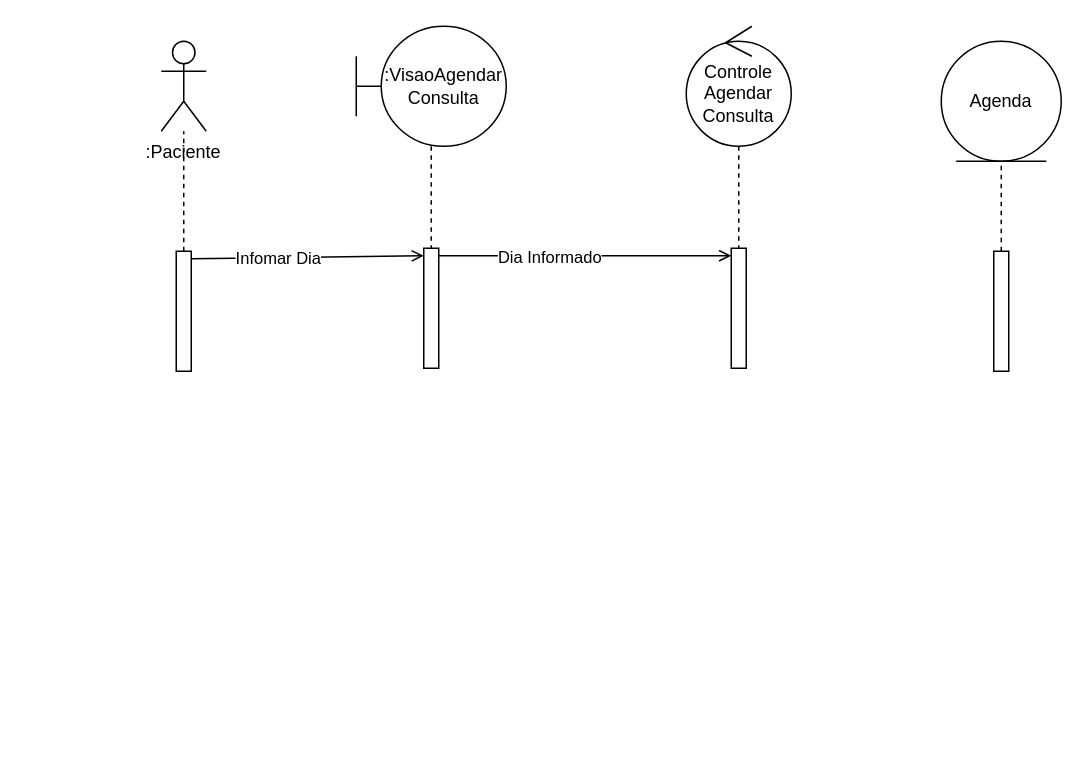
This is Diagrama_de_sequencia_2.drawio from ProjetoDelimeterSite/DelimeterDocumantacao, a draw.io file, before an edit. Source tidied: cells renumbered, new cells numbered last; positions are measured from the earlier drawing's top-left corner, leaving out a move shared by most shapes. Both pictures are drawn from the tidied source at 150%, with x=0, y=0 at pixel (160, 26).
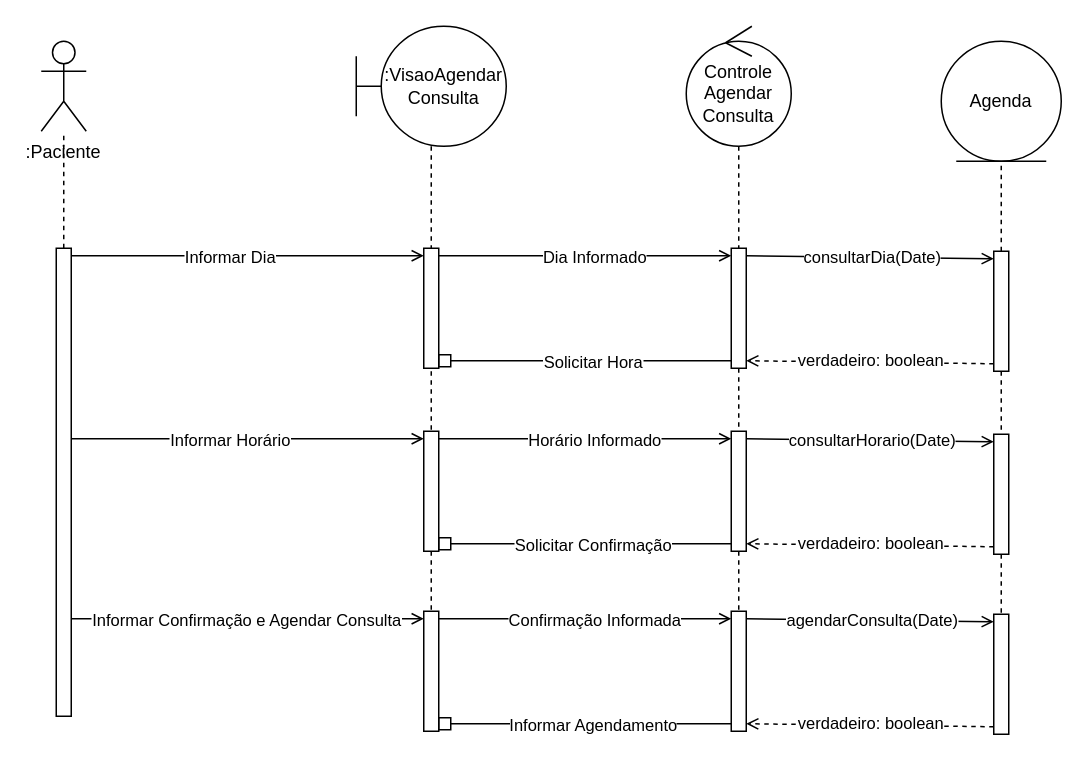
The same diagram, later.

Unchanged cells that the change refers to:
```xml
<mxCell id="6" style="html=1;points=[[0,0,0,0,5],[0,1,0,0,-5],[1,0,0,0,5],[1,1,0,0,-5]];perimeter=orthogonalPerimeter;outlineConnect=0;targetShapes=umlLifeline;portConstraint=eastwest;newEdgeStyle={&quot;curved&quot;:0,&quot;rounded&quot;:0};" parent="1" vertex="1">
  <mxGeometry x="175" y="148" width="10" height="80" as="geometry" />
</mxCell>
<mxCell id="10" style="html=1;points=[[0,0,0,0,5],[0,1,0,0,-5],[1,0,0,0,5],[1,1,0,0,-5]];perimeter=orthogonalPerimeter;outlineConnect=0;targetShapes=umlLifeline;portConstraint=eastwest;newEdgeStyle={&quot;curved&quot;:0,&quot;rounded&quot;:0};" parent="1" vertex="1">
  <mxGeometry x="380" y="148" width="10" height="80" as="geometry" />
</mxCell>
<mxCell id="12" style="html=1;points=[[0,0,0,0,5],[0,1,0,0,-5],[1,0,0,0,5],[1,1,0,0,-5]];perimeter=orthogonalPerimeter;outlineConnect=0;targetShapes=umlLifeline;portConstraint=eastwest;newEdgeStyle={&quot;curved&quot;:0,&quot;rounded&quot;:0};" parent="1" vertex="1">
  <mxGeometry x="555" y="150" width="10" height="80" as="geometry" />
</mxCell>
<mxCell id="14" style="edgeStyle=none;jettySize=auto;html=1;rounded=0;entryX=0;entryY=0;entryDx=0;entryDy=5;entryPerimeter=0;exitX=1;exitY=0;exitDx=0;exitDy=5;exitPerimeter=0;endArrow=open;endFill=0;" parent="1" edge="1" source="3" target="6">
  <mxGeometry relative="1" as="geometry" />
</mxCell>
<mxCell id="16" style="edgeStyle=none;jettySize=auto;html=1;rounded=0;entryX=0;entryY=0;entryDx=0;entryDy=5;entryPerimeter=0;exitX=1;exitY=0;exitDx=0;exitDy=5;exitPerimeter=0;endArrow=open;endFill=0;" parent="1" edge="1" source="6" target="10">
  <mxGeometry relative="1" as="geometry" />
</mxCell>
```

Diff of the diagram source:
```diff
@@
     <mxCell id="3" style="html=1;points=[[0,0,0,0,5],[0,1,0,0,-5],[1,0,0,0,5],[1,1,0,0,-5]];perimeter=orthogonalPerimeter;outlineConnect=0;targetShapes=umlLifeline;portConstraint=eastwest;newEdgeStyle={&quot;curved&quot;:0,&quot;rounded&quot;:0};" parent="1" vertex="1">
-      <mxGeometry x="10" y="150" width="10" height="80" as="geometry" />
+      <mxGeometry x="-70" y="148" width="10" height="312" as="geometry" />
     </mxCell>
     <mxCell id="4" value="&lt;span style=&quot;&quot;&gt;:Paciente&lt;/span&gt;" style="shape=umlActor;verticalLabelPosition=bottom;verticalAlign=top;html=1;labelBackgroundColor=none;labelBorderColor=none;textShadow=0;whiteSpace=wrap;" parent="1" vertex="1">
-      <mxGeometry y="10" width="30" height="60" as="geometry" />
+      <mxGeometry x="-80" y="10" width="30" height="60" as="geometry" />
     </mxCell>
@@
-    <mxCell id="15" value="Infomar Dia" style="edgeLabel;html=1;align=center;verticalAlign=middle;" parent="14" vertex="1">
-      <mxGeometry x="-0.25" relative="1" as="geometry" />
+    <mxCell id="15" value="Informar Dia" style="edgeLabel;html=1;align=center;verticalAlign=middle;" parent="14" vertex="1">
+      <mxGeometry x="-0.25" relative="1" as="geometry">
+        <mxPoint x="17" as="offset" />
+      </mxGeometry>
     </mxCell>
@@
     <mxCell id="17" value="Dia Informado" style="edgeLabel;html=1;align=center;verticalAlign=middle;" parent="16" vertex="1">
-      <mxGeometry x="-0.25" relative="1" as="geometry" />
+      <mxGeometry x="-0.25" relative="1" as="geometry">
+        <mxPoint x="30" as="offset" />
+      </mxGeometry>
     </mxCell>
+    <mxCell id="18" style="edgeStyle=none;jettySize=auto;html=1;rounded=0;entryX=0;entryY=0;entryDx=0;entryDy=5;entryPerimeter=0;exitX=1;exitY=0;exitDx=0;exitDy=5;exitPerimeter=0;endArrow=open;endFill=0;" parent="1" edge="1" source="10" target="12">
+      <mxGeometry relative="1" as="geometry" />
+    </mxCell>
+    <mxCell id="19" value="consultarDia(Date)" style="edgeLabel;html=1;align=center;verticalAlign=middle;" parent="18" vertex="1">
+      <mxGeometry x="-0.25" relative="1" as="geometry">
+        <mxPoint x="22" as="offset" />
+      </mxGeometry>
+    </mxCell>
+    <mxCell id="20" style="edgeStyle=none;jettySize=auto;html=1;rounded=0;entryX=1;entryY=1;entryDx=0;entryDy=-5;entryPerimeter=0;exitX=0;exitY=1;exitDx=0;exitDy=-5;exitPerimeter=0;endArrow=open;endFill=0;dashed=1;" parent="1" edge="1" source="12" target="10">
+      <mxGeometry relative="1" as="geometry" />
+    </mxCell>
+    <mxCell id="21" value="verdadeiro: boolean" style="edgeLabel;html=1;align=center;verticalAlign=middle;" parent="20" vertex="1">
+      <mxGeometry x="0.17" y="2" relative="1" as="geometry">
+        <mxPoint x="15" y="-3" as="offset" />
+      </mxGeometry>
+    </mxCell>
+    <mxCell id="22" style="edgeStyle=none;jettySize=auto;html=1;rounded=0;entryX=1;entryY=1;entryDx=0;entryDy=-5;entryPerimeter=0;exitX=0;exitY=1;exitDx=0;exitDy=-5;exitPerimeter=0;endArrow=box;endFill=0;" parent="1" edge="1" source="10" target="6">
+      <mxGeometry relative="1" as="geometry" />
+    </mxCell>
+    <mxCell id="23" value="Solicitar Hora" style="edgeLabel;html=1;align=center;verticalAlign=middle;" parent="22" vertex="1">
+      <mxGeometry x="-0.25" relative="1" as="geometry">
+        <mxPoint x="-20" as="offset" />
+      </mxGeometry>
+    </mxCell>
+    <mxCell id="24" style="html=1;points=[[0,0,0,0,5],[0,1,0,0,-5],[1,0,0,0,5],[1,1,0,0,-5]];perimeter=orthogonalPerimeter;outlineConnect=0;targetShapes=umlLifeline;portConstraint=eastwest;newEdgeStyle={&quot;curved&quot;:0,&quot;rounded&quot;:0};" parent="1" vertex="1">
+      <mxGeometry x="175" y="270" width="10" height="80" as="geometry" />
+    </mxCell>
+    <mxCell id="25" style="html=1;points=[[0,0,0,0,5],[0,1,0,0,-5],[1,0,0,0,5],[1,1,0,0,-5]];perimeter=orthogonalPerimeter;outlineConnect=0;targetShapes=umlLifeline;portConstraint=eastwest;newEdgeStyle={&quot;curved&quot;:0,&quot;rounded&quot;:0};" parent="1" vertex="1">
+      <mxGeometry x="380" y="270" width="10" height="80" as="geometry" />
+    </mxCell>
+    <mxCell id="26" style="html=1;points=[[0,0,0,0,5],[0,1,0,0,-5],[1,0,0,0,5],[1,1,0,0,-5]];perimeter=orthogonalPerimeter;outlineConnect=0;targetShapes=umlLifeline;portConstraint=eastwest;newEdgeStyle={&quot;curved&quot;:0,&quot;rounded&quot;:0};" parent="1" vertex="1">
+      <mxGeometry x="555" y="272" width="10" height="80" as="geometry" />
+    </mxCell>
+    <mxCell id="27" style="edgeStyle=none;jettySize=auto;html=1;rounded=0;entryX=0;entryY=0;entryDx=0;entryDy=5;entryPerimeter=0;exitX=1;exitY=0;exitDx=0;exitDy=5;exitPerimeter=0;endArrow=open;endFill=0;" parent="1" edge="1" source="24" target="25">
+      <mxGeometry relative="1" as="geometry" />
+    </mxCell>
+    <mxCell id="28" value="Horário Informado" style="edgeLabel;html=1;align=center;verticalAlign=middle;" parent="27" vertex="1">
+      <mxGeometry x="-0.25" relative="1" as="geometry">
+        <mxPoint x="30" as="offset" />
+      </mxGeometry>
+    </mxCell>
+    <mxCell id="29" style="edgeStyle=none;jettySize=auto;html=1;rounded=0;entryX=0;entryY=0;entryDx=0;entryDy=5;entryPerimeter=0;exitX=1;exitY=0;exitDx=0;exitDy=5;exitPerimeter=0;endArrow=open;endFill=0;" parent="1" edge="1" source="25" target="26">
+      <mxGeometry relative="1" as="geometry" />
+    </mxCell>
+    <mxCell id="30" value="consultarHorario(Date)" style="edgeLabel;html=1;align=center;verticalAlign=middle;" parent="29" vertex="1">
+      <mxGeometry x="-0.25" relative="1" as="geometry">
+        <mxPoint x="22" as="offset" />
+      </mxGeometry>
+    </mxCell>
+    <mxCell id="31" style="edgeStyle=none;jettySize=auto;html=1;rounded=0;entryX=1;entryY=1;entryDx=0;entryDy=-5;entryPerimeter=0;exitX=0;exitY=1;exitDx=0;exitDy=-5;exitPerimeter=0;endArrow=open;endFill=0;dashed=1;" parent="1" edge="1" source="26" target="25">
+      <mxGeometry relative="1" as="geometry" />
+    </mxCell>
+    <mxCell id="32" value="verdadeiro: boolean" style="edgeLabel;html=1;align=center;verticalAlign=middle;" parent="31" vertex="1">
+      <mxGeometry x="0.17" y="2" relative="1" as="geometry">
+        <mxPoint x="15" y="-3" as="offset" />
+      </mxGeometry>
+    </mxCell>
+    <mxCell id="33" style="edgeStyle=none;jettySize=auto;html=1;rounded=0;entryX=1;entryY=1;entryDx=0;entryDy=-5;entryPerimeter=0;exitX=0;exitY=1;exitDx=0;exitDy=-5;exitPerimeter=0;endArrow=box;endFill=0;" parent="1" edge="1" source="25" target="24">
+      <mxGeometry relative="1" as="geometry" />
+    </mxCell>
+    <mxCell id="34" value="Solicitar Confirmação" style="edgeLabel;html=1;align=center;verticalAlign=middle;" parent="33" vertex="1">
+      <mxGeometry x="-0.25" relative="1" as="geometry">
+        <mxPoint x="-20" as="offset" />
+      </mxGeometry>
+    </mxCell>
+    <mxCell id="35" style="edgeStyle=none;jettySize=auto;html=1;rounded=0;entryX=0;entryY=0;entryDx=0;entryDy=5;entryPerimeter=0;endArrow=open;endFill=0;" parent="1" edge="1" source="3" target="24">
+      <mxGeometry relative="1" as="geometry" />
+    </mxCell>
+    <mxCell id="36" value="Informar Horário" style="edgeLabel;html=1;align=center;verticalAlign=middle;" parent="35" vertex="1">
+      <mxGeometry x="-0.25" relative="1" as="geometry">
+        <mxPoint x="17" as="offset" />
+      </mxGeometry>
+    </mxCell>
+    <mxCell id="37" style="edgeStyle=none;jettySize=auto;html=1;rounded=0;entryX=0;entryY=0;entryDx=0;entryDy=5;entryPerimeter=0;exitX=1;exitY=0;exitDx=0;exitDy=5;exitPerimeter=0;endArrow=open;endFill=0;" parent="1" edge="1" source="47" target="48">
+      <mxGeometry relative="1" as="geometry" />
+    </mxCell>
+    <mxCell id="38" value="Confirmação Informada" style="edgeLabel;html=1;align=center;verticalAlign=middle;" parent="37" vertex="1">
+      <mxGeometry x="-0.25" relative="1" as="geometry">
+        <mxPoint x="30" as="offset" />
+      </mxGeometry>
+    </mxCell>
+    <mxCell id="39" style="edgeStyle=none;jettySize=auto;html=1;rounded=0;entryX=0;entryY=0;entryDx=0;entryDy=5;entryPerimeter=0;exitX=1;exitY=0;exitDx=0;exitDy=5;exitPerimeter=0;endArrow=open;endFill=0;" parent="1" edge="1" source="48" target="49">
+      <mxGeometry relative="1" as="geometry" />
+    </mxCell>
+    <mxCell id="40" value="agendarConsulta(Date)" style="edgeLabel;html=1;align=center;verticalAlign=middle;" parent="39" vertex="1">
+      <mxGeometry x="-0.25" relative="1" as="geometry">
+        <mxPoint x="22" as="offset" />
+      </mxGeometry>
+    </mxCell>
+    <mxCell id="41" style="edgeStyle=none;jettySize=auto;html=1;rounded=0;entryX=1;entryY=1;entryDx=0;entryDy=-5;entryPerimeter=0;exitX=0;exitY=1;exitDx=0;exitDy=-5;exitPerimeter=0;endArrow=open;endFill=0;dashed=1;" parent="1" edge="1" source="49" target="48">
+      <mxGeometry relative="1" as="geometry" />
+    </mxCell>
+    <mxCell id="42" value="verdadeiro: boolean" style="edgeLabel;html=1;align=center;verticalAlign=middle;" parent="41" vertex="1">
+      <mxGeometry x="0.17" y="2" relative="1" as="geometry">
+        <mxPoint x="15" y="-3" as="offset" />
+      </mxGeometry>
+    </mxCell>
+    <mxCell id="43" style="edgeStyle=none;jettySize=auto;html=1;rounded=0;entryX=1;entryY=1;entryDx=0;entryDy=-5;entryPerimeter=0;exitX=0;exitY=1;exitDx=0;exitDy=-5;exitPerimeter=0;endArrow=box;endFill=0;" parent="1" edge="1" source="48" target="47">
+      <mxGeometry relative="1" as="geometry" />
+    </mxCell>
+    <mxCell id="44" value="Informar Agendamento" style="edgeLabel;html=1;align=center;verticalAlign=middle;" parent="43" vertex="1">
+      <mxGeometry x="-0.25" relative="1" as="geometry">
+        <mxPoint x="-20" as="offset" />
+      </mxGeometry>
+    </mxCell>
+    <mxCell id="45" style="edgeStyle=none;jettySize=auto;html=1;rounded=0;entryX=0;entryY=0;entryDx=0;entryDy=5;entryPerimeter=0;endArrow=open;endFill=0;" parent="1" edge="1" source="3" target="47">
+      <mxGeometry relative="1" as="geometry" />
+    </mxCell>
+    <mxCell id="46" value="Informar Confirmação e Agendar Consulta" style="edgeLabel;html=1;align=center;verticalAlign=middle;" parent="45" vertex="1">
+      <mxGeometry x="-0.25" relative="1" as="geometry">
+        <mxPoint x="28" as="offset" />
+      </mxGeometry>
+    </mxCell>
+    <mxCell id="47" style="html=1;points=[[0,0,0,0,5],[0,1,0,0,-5],[1,0,0,0,5],[1,1,0,0,-5]];perimeter=orthogonalPerimeter;outlineConnect=0;targetShapes=umlLifeline;portConstraint=eastwest;newEdgeStyle={&quot;curved&quot;:0,&quot;rounded&quot;:0};" parent="1" vertex="1">
+      <mxGeometry x="175" y="390" width="10" height="80" as="geometry" />
+    </mxCell>
+    <mxCell id="48" style="html=1;points=[[0,0,0,0,5],[0,1,0,0,-5],[1,0,0,0,5],[1,1,0,0,-5]];perimeter=orthogonalPerimeter;outlineConnect=0;targetShapes=umlLifeline;portConstraint=eastwest;newEdgeStyle={&quot;curved&quot;:0,&quot;rounded&quot;:0};" parent="1" vertex="1">
+      <mxGeometry x="380" y="390" width="10" height="80" as="geometry" />
+    </mxCell>
+    <mxCell id="49" style="html=1;points=[[0,0,0,0,5],[0,1,0,0,-5],[1,0,0,0,5],[1,1,0,0,-5]];perimeter=orthogonalPerimeter;outlineConnect=0;targetShapes=umlLifeline;portConstraint=eastwest;newEdgeStyle={&quot;curved&quot;:0,&quot;rounded&quot;:0};" parent="1" vertex="1">
+      <mxGeometry x="555" y="392" width="10" height="80" as="geometry" />
+    </mxCell>
+    <mxCell id="50" style="jettySize=auto;html=1;rounded=0;endArrow=none;endFill=0;dashed=1;" parent="1" edge="1" target="24">
+      <mxGeometry relative="1" as="geometry">
+        <mxPoint x="180" y="230" as="sourcePoint" />
+      </mxGeometry>
+    </mxCell>
+    <mxCell id="51" style="jettySize=auto;html=1;rounded=0;endArrow=none;endFill=0;dashed=1;" parent="1" edge="1" source="24" target="47">
+      <mxGeometry relative="1" as="geometry" />
+    </mxCell>
+    <mxCell id="52" style="jettySize=auto;html=1;rounded=0;endArrow=none;endFill=0;dashed=1;" parent="1" edge="1" source="10" target="25">
+      <mxGeometry relative="1" as="geometry" />
+    </mxCell>
+    <mxCell id="53" style="jettySize=auto;html=1;rounded=0;endArrow=none;endFill=0;dashed=1;" parent="1" edge="1" source="25" target="48">
+      <mxGeometry relative="1" as="geometry" />
+    </mxCell>
+    <mxCell id="54" style="jettySize=auto;html=1;rounded=0;endArrow=none;endFill=0;dashed=1;" parent="1" edge="1" source="12" target="26">
+      <mxGeometry relative="1" as="geometry" />
+    </mxCell>
+    <mxCell id="55" style="jettySize=auto;html=1;rounded=0;endArrow=none;endFill=0;dashed=1;" parent="1" edge="1" source="26" target="49">
+      <mxGeometry relative="1" as="geometry" />
+    </mxCell>
```
